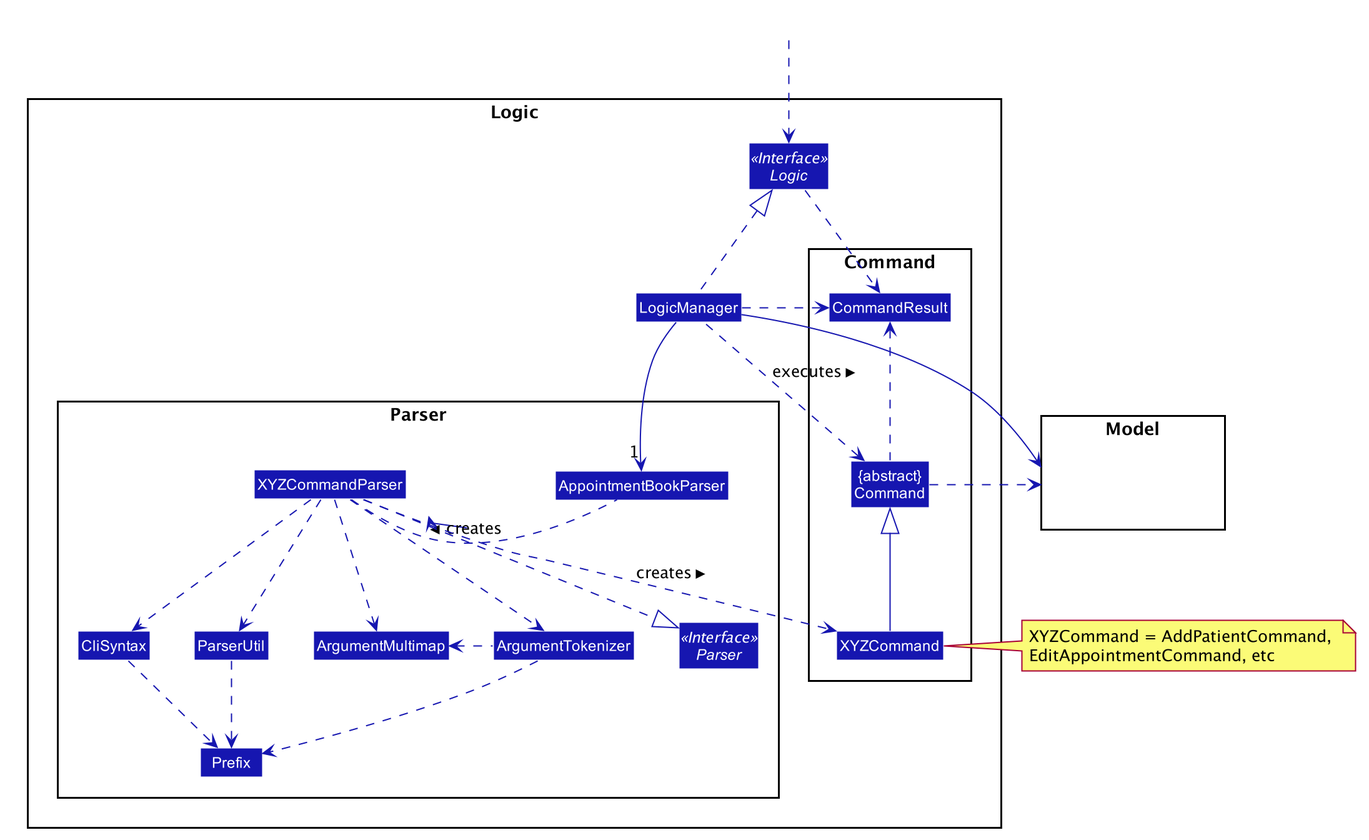
The PlantUML diagram docs/images/LogicClassDiagram.png in thutahw/tp, before a commit. Source of this version:
```plantuml
@startuml








skinparam BackgroundColor #FFFFFFF

skinparam Shadowing false

skinparam Class {
    FontColor #FFFFFF
    BorderThickness 1
    BorderColor #FFFFFF
    StereotypeFontColor #FFFFFF
    FontName Arial
}

skinparam Actor {
    BorderColor #000000
    Color #000000
    FontName Arial
}

skinparam Sequence {
    MessageAlign center
    BoxFontSize 15
    BoxPadding 0
    BoxFontColor #FFFFFF
    FontName Arial
}

skinparam Participant {
    FontColor #FFFFFFF
    Padding 20
}

skinparam MinClassWidth 50
skinparam ParticipantPadding 10
skinparam Shadowing false
skinparam DefaultTextAlignment center
skinparam packageStyle Rectangle

hide footbox
hide members
hide circle
skinparam Class {
    BorderColor BACKGROUND_COLOR
    FontColor BACKGROUND_COLOR
    BackgroundColor #1616B0
    StereotypeFontColor BACKGROUND_COLOR
}
skinparam ArrowColor #1616B0


package Logic {

package Parser {
Interface Parser <<Interface>>
Class AppointmentBookParser
Class XYZCommandParser
Class CliSyntax
Class ParserUtil
Class ArgumentMultimap
Class ArgumentTokenizer
Class Prefix
}

package Command {
Class XYZCommand
Class CommandResult
Class "{abstract}\nCommand" as Command
}

Interface Logic <<Interface>>
Class LogicManager
}

package Model{
Class HiddenModel #FFFFFF
}

Class HiddenOutside #FFFFFF
HiddenOutside ..> Logic

LogicManager .up.|> Logic
LogicManager -->"1" AppointmentBookParser
AppointmentBookParser .left.> XYZCommandParser: creates >

XYZCommandParser ..> XYZCommand : creates >
XYZCommandParser ..|> Parser
XYZCommandParser ..> ArgumentMultimap
XYZCommandParser ..> ArgumentTokenizer
ArgumentTokenizer .left.> ArgumentMultimap
XYZCommandParser ..> CliSyntax
CliSyntax ..> Prefix
XYZCommandParser ..> ParserUtil
ParserUtil .down.> Prefix
ArgumentTokenizer .down.> Prefix
XYZCommand -up-|> Command
LogicManager .left.> Command : executes >

LogicManager --> Model
Command .right.> Model

Logic ..> CommandResult
LogicManager .down.> CommandResult
Command .up.> CommandResult
CommandResult -[hidden]-> Parser

note right of XYZCommand: XYZCommand = AddPatientCommand, \nEditAppointmentCommand, etc

@enduml
```
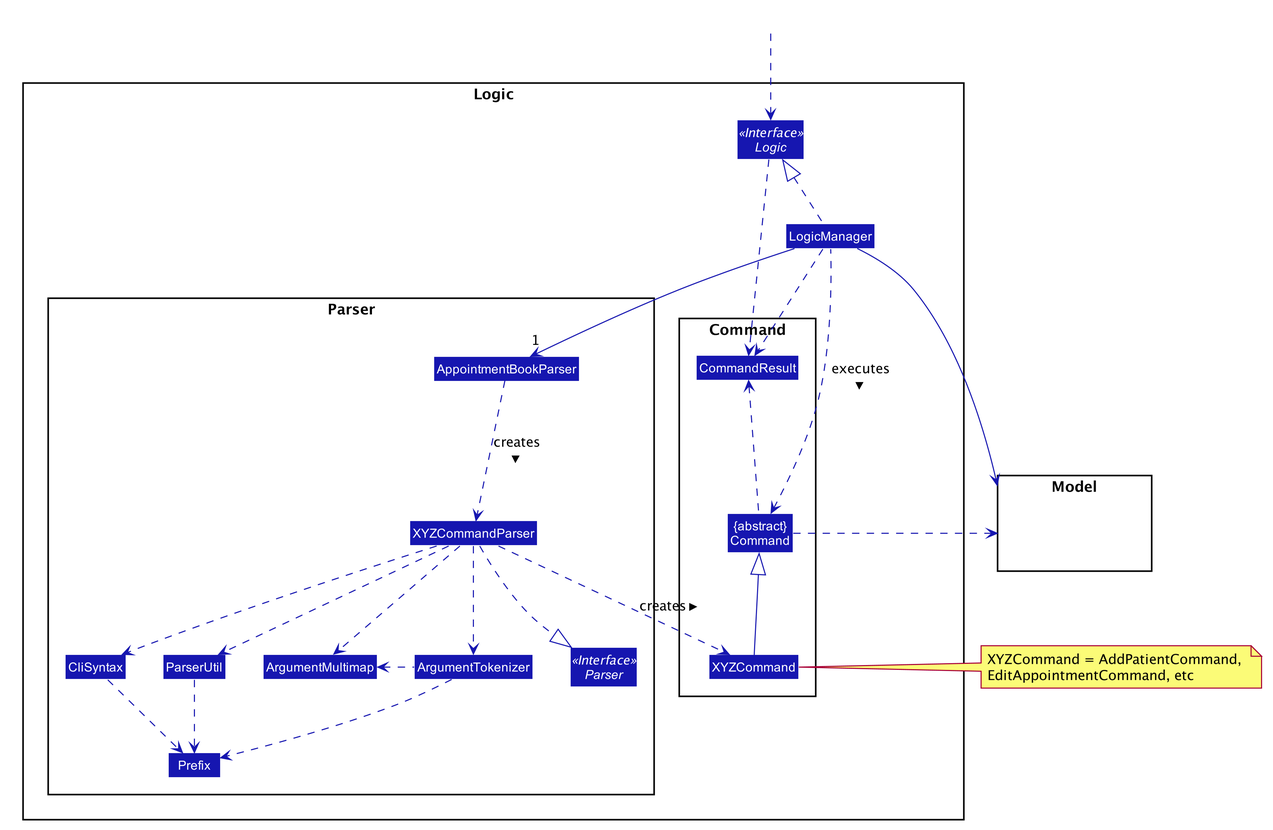
Later version of the same file.

Commit message:
Refactor UI class diagram for cleaner look

The edit, as a diff of the source:
```diff
@@ -88,7 +88,7 @@
 
 LogicManager .up.|> Logic
 LogicManager -->"1" AppointmentBookParser
-AppointmentBookParser .left.> XYZCommandParser: creates >
+AppointmentBookParser ..> XYZCommandParser: creates >
 
 XYZCommandParser ..> XYZCommand : creates >
 XYZCommandParser ..|> Parser
```
